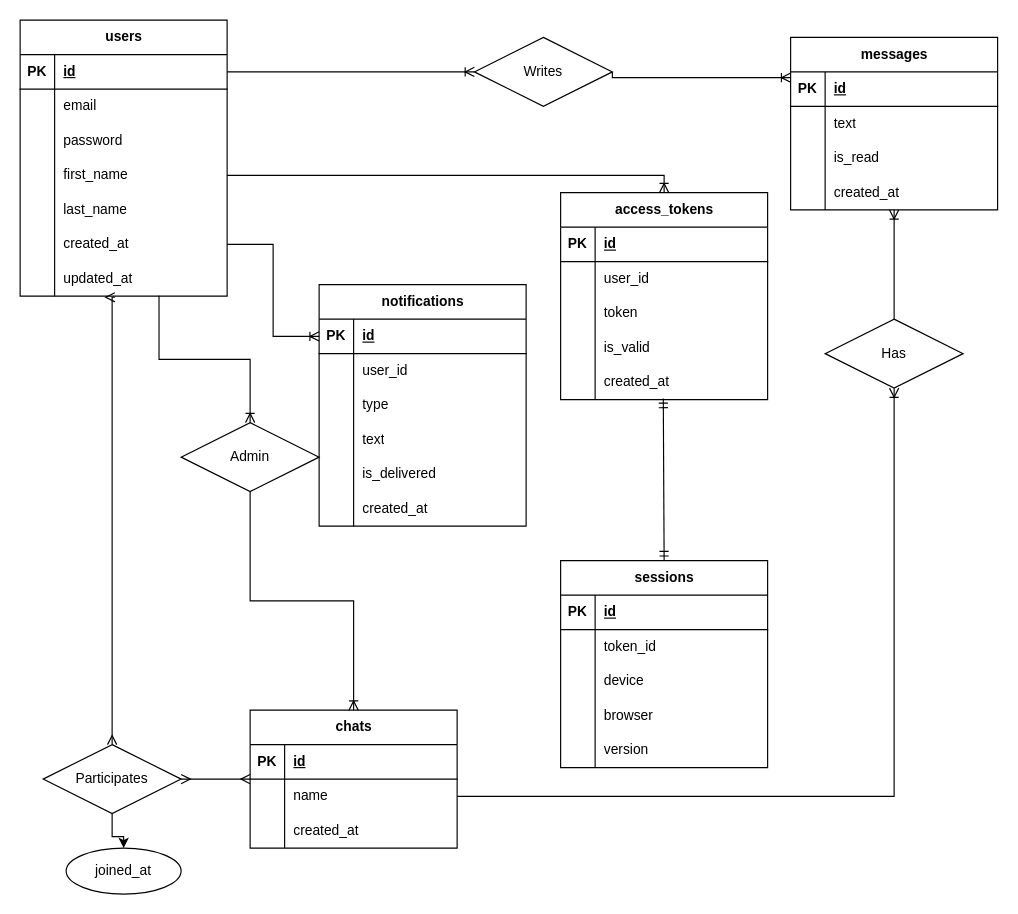
Before: ERD.drawio in danielyandev/messenger-db, a draw.io diagram. Source tidied: cells renumbered, new cells numbered last; positions are measured from the earlier drawing's top-left corner, leaving out a move shared by most shapes. Both pictures are drawn from the tidied source at 115%, with x=0, y=0 at pixel (20, 20).
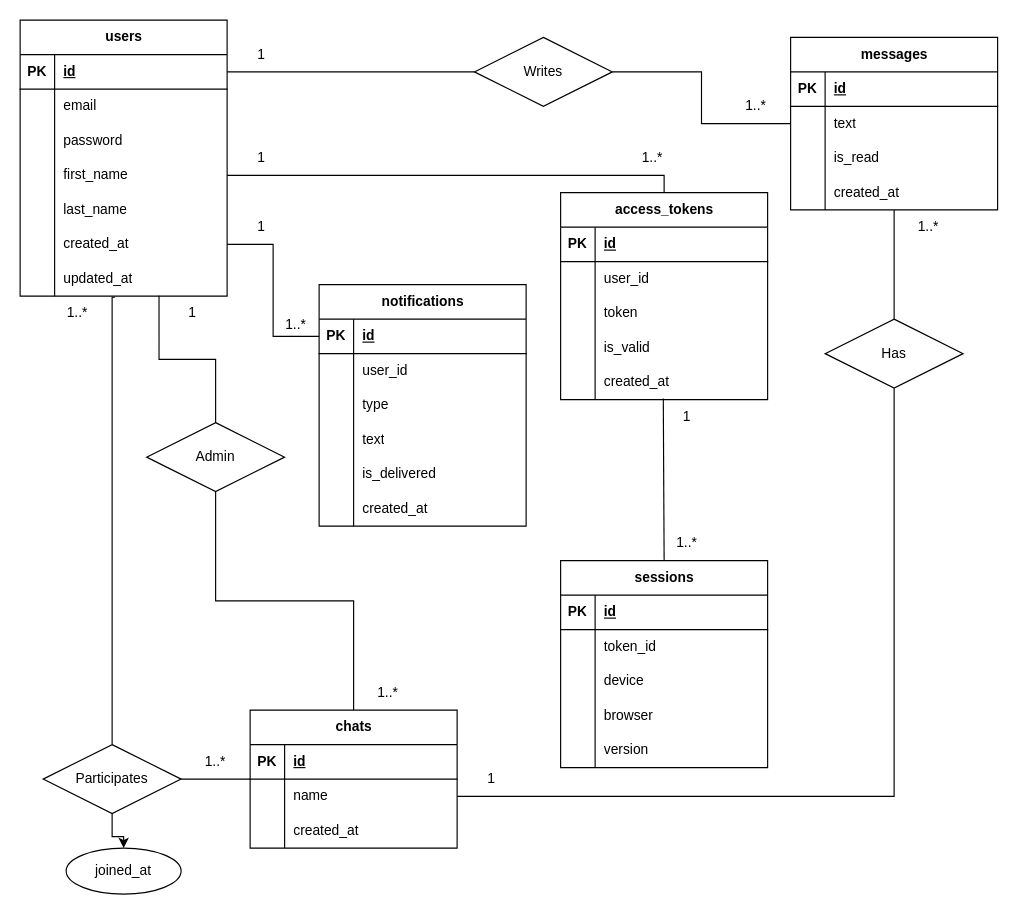
After the change.

Commit message (it also covers changes not shown here):
Update diagrams notation

The change refers to these unchanged cells:
```xml
<mxCell id="3" style="shape=tableRow;horizontal=0;startSize=0;swimlaneHead=0;swimlaneBody=0;fillColor=none;points=[[0,0.5],[1,0.5]];portConstraint=eastwest;top=0;left=0;right=0;bottom=1;" parent="2" vertex="1">
  <mxGeometry y="30" width="180" height="30" as="geometry" />
</mxCell>
<mxCell id="12" style="shape=tableRow;horizontal=0;startSize=0;swimlaneHead=0;swimlaneBody=0;fillColor=none;points=[[0,0.5],[1,0.5]];portConstraint=eastwest;top=0;left=0;right=0;bottom=0;" parent="2" vertex="1">
  <mxGeometry y="120" width="180" height="30" as="geometry" />
</mxCell>
<mxCell id="18" style="shape=tableRow;horizontal=0;startSize=0;swimlaneHead=0;swimlaneBody=0;fillColor=none;points=[[0,0.5],[1,0.5]];portConstraint=eastwest;top=0;left=0;right=0;bottom=0;" parent="2" vertex="1">
  <mxGeometry y="180" width="180" height="30" as="geometry" />
</mxCell>
<mxCell id="21" style="shape=tableRow;horizontal=0;startSize=0;swimlaneHead=0;swimlaneBody=0;fillColor=none;points=[[0,0.5],[1,0.5]];portConstraint=eastwest;top=0;left=0;right=0;bottom=0;" parent="2" vertex="1">
  <mxGeometry y="210" width="180" height="30" as="geometry" />
</mxCell>
<mxCell id="24" value="messages" style="shape=table;startSize=30;childLayout=tableLayout;rowLines=0;fontStyle=1;align=center;html=1;" parent="1" vertex="1">
  <mxGeometry x="670" y="15" width="180" height="150" as="geometry" />
</mxCell>
<mxCell id="34" style="shape=tableRow;horizontal=0;startSize=0;swimlaneHead=0;swimlaneBody=0;fillColor=none;points=[[0,0.5],[1,0.5]];portConstraint=eastwest;top=0;left=0;right=0;bottom=0;" parent="24" vertex="1">
  <mxGeometry y="120" width="180" height="30" as="geometry" />
</mxCell>
<mxCell id="37" value="chats" style="shape=table;startSize=30;childLayout=tableLayout;rowLines=0;fontStyle=1;align=center;html=1;" parent="1" vertex="1">
  <mxGeometry x="200" y="600" width="180" height="120" as="geometry" />
</mxCell>
<mxCell id="41" style="shape=tableRow;horizontal=0;startSize=0;swimlaneHead=0;swimlaneBody=0;fillColor=none;points=[[0,0.5],[1,0.5]];portConstraint=eastwest;top=0;left=0;right=0;bottom=0;" parent="37" vertex="1">
  <mxGeometry y="60" width="180" height="30" as="geometry" />
</mxCell>
<mxCell id="49" value="Writes" style="shape=rhombus;perimeter=rhombusPerimeter;whiteSpace=wrap;html=1;align=center;" parent="1" vertex="1">
  <mxGeometry x="395" y="15" width="120" height="60" as="geometry" />
</mxCell>
<mxCell id="53" value="Participates" style="shape=rhombus;perimeter=rhombusPerimeter;whiteSpace=wrap;html=1;align=center;" parent="1" vertex="1">
  <mxGeometry x="20" y="630" width="120" height="60" as="geometry" />
</mxCell>
<mxCell id="56" value="Has" style="shape=rhombus;perimeter=rhombusPerimeter;whiteSpace=wrap;html=1;align=center;" parent="1" vertex="1">
  <mxGeometry x="700" y="260" width="120" height="60" as="geometry" />
</mxCell>
<mxCell id="62" style="shape=tableRow;horizontal=0;startSize=0;swimlaneHead=0;swimlaneBody=0;fillColor=none;points=[[0,0.5],[1,0.5]];portConstraint=eastwest;top=0;left=0;right=0;bottom=1;" parent="61" vertex="1">
  <mxGeometry y="30" width="180" height="30" as="geometry" />
</mxCell>
<mxCell id="80" value="access_tokens" style="shape=table;startSize=30;childLayout=tableLayout;rowLines=0;fontStyle=1;align=center;html=1;" parent="1" vertex="1">
  <mxGeometry x="470" y="150" width="180" height="180" as="geometry" />
</mxCell>
<mxCell id="93" style="shape=tableRow;horizontal=0;startSize=0;swimlaneHead=0;swimlaneBody=0;fillColor=none;points=[[0,0.5],[1,0.5]];portConstraint=eastwest;top=0;left=0;right=0;bottom=0;" parent="80" vertex="1">
  <mxGeometry y="150" width="180" height="30" as="geometry" />
</mxCell>
<mxCell id="98" value="sessions" style="shape=table;startSize=30;childLayout=tableLayout;rowLines=0;fontStyle=1;align=center;html=1;" parent="1" vertex="1">
  <mxGeometry x="470" y="470" width="180" height="180" as="geometry" />
</mxCell>
```

Change to the diagram source:
```diff
@@
-    <mxCell id="47" style="edgeStyle=orthogonalEdgeStyle;fontSize=12;html=1;endArrow=ERoneToMany;rounded=0;exitX=1;exitY=0.5;exitDx=0;exitDy=0;" parent="1" edge="1" source="49" target="24">
-      <mxGeometry relative="1" as="geometry">
-        <Array as="points">
-          <mxPoint x="515" y="50" />
-        </Array>
-      </mxGeometry>
-    </mxCell>
-    <mxCell id="48" style="edgeStyle=orthogonalEdgeStyle;fontSize=12;html=1;endArrow=ERoneToMany;rounded=0;exitX=1;exitY=0.5;exitDx=0;exitDy=0;entryX=0;entryY=0.5;entryDx=0;entryDy=0;" parent="1" edge="1" source="3" target="49">
-      <mxGeometry relative="1" as="geometry" />
-    </mxCell>
@@
-    <mxCell id="50" style="edgeStyle=orthogonalEdgeStyle;fontSize=12;html=1;endArrow=ERmany;startArrow=ERmany;rounded=0;entryX=0.458;entryY=1.033;entryDx=0;entryDy=0;entryPerimeter=0;" parent="1" edge="1" source="53" target="21">
+    <mxCell id="50" style="edgeStyle=orthogonalEdgeStyle;fontSize=12;html=1;endArrow=none;startArrow=none;rounded=0;entryX=0.458;entryY=1.033;entryDx=0;entryDy=0;entryPerimeter=0;startFill=0;endFill=0;" parent="1" edge="1" source="53" target="21">
       <mxGeometry relative="1" as="geometry">
         <Array as="points">
           <mxPoint x="80" y="241" />
         </Array>
       </mxGeometry>
     </mxCell>
-    <mxCell id="51" style="edgeStyle=orthogonalEdgeStyle;fontSize=12;html=1;endArrow=ERmany;startArrow=ERmany;rounded=0;" parent="1" edge="1" source="37" target="53">
+    <mxCell id="51" style="edgeStyle=orthogonalEdgeStyle;fontSize=12;html=1;endArrow=none;startArrow=none;rounded=0;startFill=0;endFill=0;" parent="1" edge="1" source="37" target="53">
       <mxGeometry relative="1" as="geometry" />
     </mxCell>
@@
-    <mxCell id="54" style="fontSize=12;html=1;endArrow=ERoneToMany;rounded=0;exitX=0.5;exitY=0;exitDx=0;exitDy=0;" parent="1" edge="1" source="56" target="34">
+    <mxCell id="54" style="fontSize=12;html=1;endArrow=none;rounded=0;exitX=0.5;exitY=0;exitDx=0;exitDy=0;endFill=0;" parent="1" edge="1" source="56" target="34">
       <mxGeometry relative="1" as="geometry" />
     </mxCell>
-    <mxCell id="55" style="edgeStyle=orthogonalEdgeStyle;fontSize=12;html=1;endArrow=ERoneToMany;rounded=0;exitX=1;exitY=0.5;exitDx=0;exitDy=0;" parent="1" edge="1" source="41" target="56">
+    <mxCell id="55" style="edgeStyle=orthogonalEdgeStyle;fontSize=12;html=1;endArrow=none;rounded=0;exitX=1;exitY=0.5;exitDx=0;exitDy=0;endFill=0;" parent="1" edge="1" source="41" target="56">
       <mxGeometry relative="1" as="geometry" />
     </mxCell>
@@
-    <mxCell id="57" style="edgeStyle=orthogonalEdgeStyle;fontSize=12;html=1;endArrow=ERoneToMany;rounded=0;exitX=0.5;exitY=1;exitDx=0;exitDy=0;entryX=0.5;entryY=0;entryDx=0;entryDy=0;" parent="1" edge="1" source="59" target="37">
+    <mxCell id="57" style="edgeStyle=orthogonalEdgeStyle;fontSize=12;html=1;endArrow=none;rounded=0;exitX=0.5;exitY=1;exitDx=0;exitDy=0;entryX=0.5;entryY=0;entryDx=0;entryDy=0;endFill=0;" parent="1" edge="1" source="59" target="37">
       <mxGeometry relative="1" as="geometry" />
     </mxCell>
-    <mxCell id="58" style="edgeStyle=orthogonalEdgeStyle;fontSize=12;html=1;endArrow=ERoneToMany;rounded=0;entryX=0.5;entryY=0;entryDx=0;entryDy=0;exitX=0.671;exitY=0.987;exitDx=0;exitDy=0;exitPerimeter=0;" parent="1" edge="1" source="21" target="59">
+    <mxCell id="58" style="edgeStyle=orthogonalEdgeStyle;fontSize=12;html=1;endArrow=none;rounded=0;entryX=0.5;entryY=0;entryDx=0;entryDy=0;exitX=0.671;exitY=0.987;exitDx=0;exitDy=0;exitPerimeter=0;endFill=0;" parent="1" edge="1" source="21" target="59">
       <mxGeometry relative="1" as="geometry" />
     </mxCell>
     <mxCell id="59" value="Admin" style="shape=rhombus;perimeter=rhombusPerimeter;whiteSpace=wrap;html=1;align=center;" parent="1" vertex="1">
-      <mxGeometry x="140" y="350" width="120" height="60" as="geometry" />
+      <mxGeometry x="110" y="350" width="120" height="60" as="geometry" />
     </mxCell>
@@
-    <mxCell id="96" style="edgeStyle=orthogonalEdgeStyle;fontSize=12;html=1;endArrow=ERoneToMany;rounded=0;exitX=1;exitY=0.5;exitDx=0;exitDy=0;entryX=0.5;entryY=0;entryDx=0;entryDy=0;" parent="1" edge="1" source="12" target="80">
+    <mxCell id="96" style="edgeStyle=orthogonalEdgeStyle;fontSize=12;html=1;endArrow=none;rounded=0;exitX=1;exitY=0.5;exitDx=0;exitDy=0;entryX=0.5;entryY=0;entryDx=0;entryDy=0;horizontal=1;endFill=0;" parent="1" edge="1" source="12" target="80">
       <mxGeometry relative="1" as="geometry" />
     </mxCell>
-    <mxCell id="97" style="edgeStyle=orthogonalEdgeStyle;fontSize=12;html=1;endArrow=ERoneToMany;rounded=0;exitX=1;exitY=0.5;exitDx=0;exitDy=0;entryX=0;entryY=0.5;entryDx=0;entryDy=0;" parent="1" edge="1" source="18" target="62">
+    <mxCell id="97" style="edgeStyle=orthogonalEdgeStyle;fontSize=12;html=1;endArrow=none;rounded=0;exitX=1;exitY=0.5;exitDx=0;exitDy=0;entryX=0;entryY=0.5;entryDx=0;entryDy=0;endFill=0;" parent="1" edge="1" source="18" target="62">
       <mxGeometry relative="1" as="geometry" />
     </mxCell>
@@
-    <mxCell id="114" style="fontSize=12;html=1;endArrow=ERmandOne;startArrow=ERmandOne;rounded=0;exitX=0.496;exitY=0.967;exitDx=0;exitDy=0;exitPerimeter=0;entryX=0.5;entryY=0;entryDx=0;entryDy=0;" parent="1" edge="1" source="93" target="98">
+    <mxCell id="114" style="fontSize=12;html=1;endArrow=none;startArrow=none;rounded=0;exitX=0.496;exitY=0.967;exitDx=0;exitDy=0;exitPerimeter=0;entryX=0.5;entryY=0;entryDx=0;entryDy=0;endFill=0;startFill=0;" parent="1" edge="1" source="93" target="98">
       <mxGeometry relative="1" as="geometry" />
     </mxCell>
+    <mxCell id="115" value="1" style="text;html=1;align=center;verticalAlign=middle;whiteSpace=wrap;rounded=0;" parent="1" vertex="1">
+      <mxGeometry x="180" y="15" width="60" height="30" as="geometry" />
+    </mxCell>
+    <mxCell id="116" value="1..*" style="text;html=1;align=center;verticalAlign=middle;whiteSpace=wrap;rounded=0;" parent="1" vertex="1">
+      <mxGeometry x="610" y="60" width="60" height="30" as="geometry" />
+    </mxCell>
+    <mxCell id="47" style="endArrow=none;html=1;rounded=0;exitX=1;exitY=0.5;exitDx=0;exitDy=0;edgeStyle=orthogonalEdgeStyle;" parent="1" edge="1" source="49" target="24">
+      <mxGeometry relative="1" as="geometry" />
+    </mxCell>
+    <mxCell id="48" style="endArrow=none;html=1;rounded=0;exitX=1;exitY=0.5;exitDx=0;exitDy=0;entryX=0;entryY=0.5;entryDx=0;entryDy=0;" parent="1" edge="1" source="3" target="49">
+      <mxGeometry relative="1" as="geometry" />
+    </mxCell>
+    <mxCell id="117" value="1" style="text;html=1;align=center;verticalAlign=middle;whiteSpace=wrap;rounded=0;" parent="1" vertex="1">
+      <mxGeometry x="180" y="105" width="60" height="30" as="geometry" />
+    </mxCell>
+    <mxCell id="118" value="1..*" style="text;html=1;align=center;verticalAlign=middle;whiteSpace=wrap;rounded=0;" parent="1" vertex="1">
+      <mxGeometry x="520" y="105" width="60" height="30" as="geometry" />
+    </mxCell>
+    <mxCell id="119" value="1" style="text;html=1;align=center;verticalAlign=middle;whiteSpace=wrap;rounded=0;" parent="1" vertex="1">
+      <mxGeometry x="550" y="330" width="60" height="30" as="geometry" />
+    </mxCell>
+    <mxCell id="120" value="1..*" style="text;html=1;align=center;verticalAlign=middle;whiteSpace=wrap;rounded=0;" parent="1" vertex="1">
+      <mxGeometry x="550" y="440" width="60" height="30" as="geometry" />
+    </mxCell>
+    <mxCell id="121" value="1" style="text;html=1;align=center;verticalAlign=middle;whiteSpace=wrap;rounded=0;" parent="1" vertex="1">
+      <mxGeometry x="180" y="165" width="60" height="30" as="geometry" />
+    </mxCell>
+    <mxCell id="122" value="1..*" style="text;html=1;align=center;verticalAlign=middle;whiteSpace=wrap;rounded=0;" parent="1" vertex="1">
+      <mxGeometry x="210" y="250" width="60" height="30" as="geometry" />
+    </mxCell>
+    <mxCell id="123" value="1" style="text;html=1;align=center;verticalAlign=middle;whiteSpace=wrap;rounded=0;" parent="1" vertex="1">
+      <mxGeometry x="380" y="645" width="60" height="30" as="geometry" />
+    </mxCell>
+    <mxCell id="124" value="1..*" style="text;html=1;align=center;verticalAlign=middle;whiteSpace=wrap;rounded=0;" parent="1" vertex="1">
+      <mxGeometry x="760" y="165" width="60" height="30" as="geometry" />
+    </mxCell>
+    <mxCell id="125" value="1" style="text;html=1;align=center;verticalAlign=middle;whiteSpace=wrap;rounded=0;" parent="1" vertex="1">
+      <mxGeometry x="120" y="240" width="60" height="30" as="geometry" />
+    </mxCell>
+    <mxCell id="126" value="1..*" style="text;html=1;align=center;verticalAlign=middle;whiteSpace=wrap;rounded=0;" parent="1" vertex="1">
+      <mxGeometry x="290" y="570" width="60" height="30" as="geometry" />
+    </mxCell>
+    <mxCell id="127" value="1..*" style="text;html=1;align=center;verticalAlign=middle;whiteSpace=wrap;rounded=0;" parent="1" vertex="1">
+      <mxGeometry x="20" y="240" width="60" height="30" as="geometry" />
+    </mxCell>
+    <mxCell id="128" value="1..*" style="text;html=1;align=center;verticalAlign=middle;whiteSpace=wrap;rounded=0;" parent="1" vertex="1">
+      <mxGeometry x="140" y="630" width="60" height="30" as="geometry" />
+    </mxCell>
```
